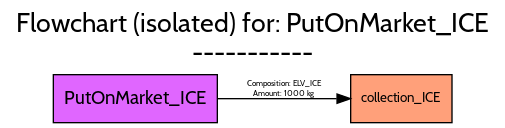
Above: src/futuram/examples/ELV/figures/flowcharts/processes/png/PutOnMarket_ICE.png in FutuRaM-Project/Recovery-Model (Graphviz), before the change. Its source is kept beside it as src/futuram/examples/ELV/figures/flowcharts/processes/dot/PutOnMarket_ICE.dot. Its diagram source:
```dot
digraph {
	graph [bb="0,0,371,88",
		font=Cabin,
		fontname=Cabin,
		fontsize=20,
		label="Flowchart (isolated) for: PutOnMarket_ICE
-----------",
		labeljust=c,
		labelloc=tc,
		lheight=0.61,
		lp="185.5,62",
		lwidth=4.93,
		nodesep=0.6,
		rankdir=LR,
		ranksep=0.6
	];
	node [label="\N"];
	collection_ICE	[fillcolor=lightsalmon1,
		fontname=Cabin,
		fontsize=10,
		height=0.5,
		pos="297,18",
		shape=box,
		style=filled,
		width=1.0556];
	PutOnMarket_ICE	[fillcolor=mediumorchid1,
		fontname=Cabin,
		fontsize=14,
		height=0.5,
		pos="97.5,18",
		shape=box,
		style=filled,
		width=1.7083];
	PutOnMarket_ICE -> collection_ICE	[color=black,
		fontname=Cabin,
		fontsize=6,
		label="Composition: ELV_ICE
Amount: 1000 kg",
		lp="209,25",
		pos="e,258.78,18 159.1,18 187.83,18 221.65,18 248.49,18"];
}
```
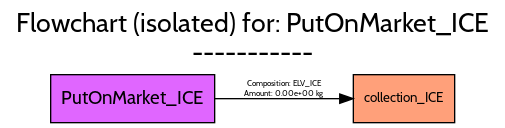
After the commit.

What changed in the source:
```diff
@@ -19,7 +19,7 @@
 		fontname=Cabin,
 		fontsize=10,
 		height=0.5,
-		pos="297,18",
+		pos="299,18",
 		shape=box,
 		style=filled,
 		width=1.0556];
@@ -27,7 +27,7 @@
 		fontname=Cabin,
 		fontsize=14,
 		height=0.5,
-		pos="97.5,18",
+		pos="95.5,18",
 		shape=box,
 		style=filled,
 		width=1.7083];
@@ -35,7 +35,7 @@
 		fontname=Cabin,
 		fontsize=6,
 		label="Composition: ELV_ICE
-Amount: 1000 kg",
+Amount: 0.00e+00 kg",
 		lp="209,25",
-		pos="e,258.78,18 159.1,18 187.83,18 221.65,18 248.49,18"];
+		pos="e,260.81,18 157.23,18 187.13,18 222.65,18 250.52,18"];
 }
```
